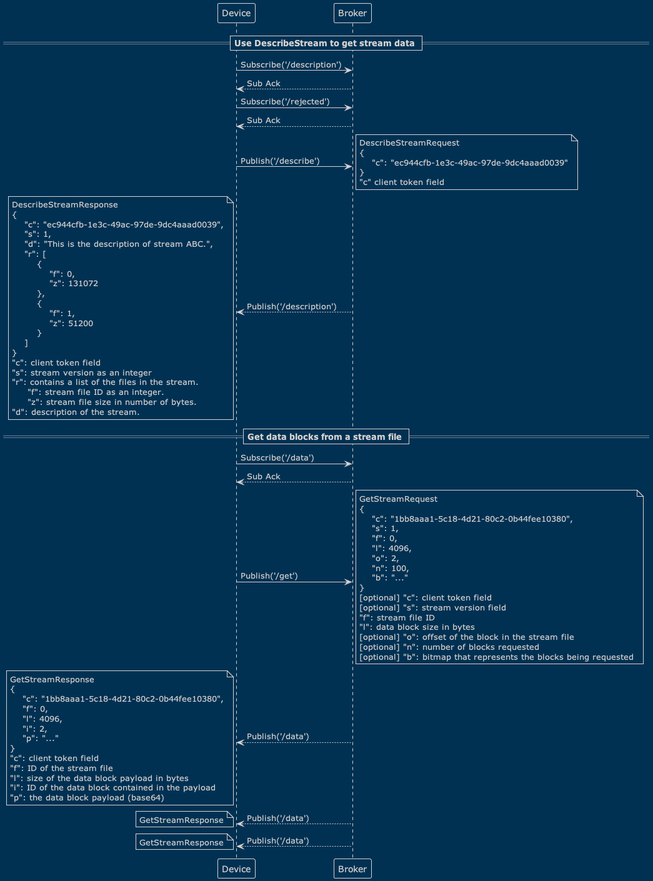
Above: active/0021-assets/aws-mqtt-file-delivery.png in emqx/eip (PlantUML), before the change.
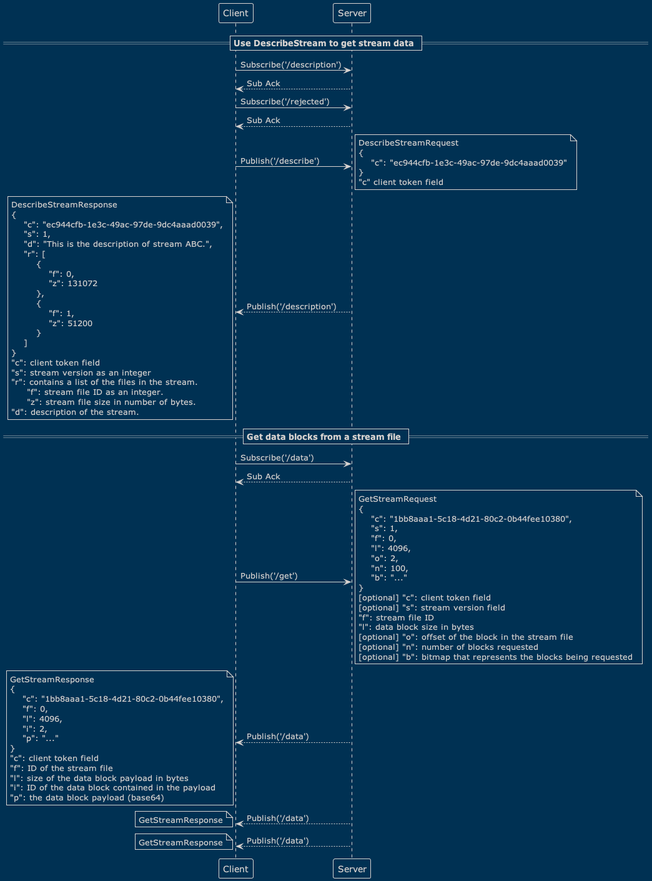
The same diagram one commit later.

Diff of the diagram source:
```diff
@@ -1,11 +1,11 @@
 @startuml
 !theme blueprint
 == Use DescribeStream to get stream data ==
-Device -> Broker: Subscribe('/description')
-Broker --> Device: Sub Ack
-Device -> Broker: Subscribe('/rejected')
-Broker --> Device: Sub Ack
-Device -> Broker: Publish('/describe')
+Client -> Server: Subscribe('/description')
+Server --> Client: Sub Ack
+Client -> Server: Subscribe('/rejected')
+Server --> Client: Sub Ack
+Client -> Server: Publish('/describe')
 note right
 DescribeStreamRequest
 {
@@ -13,7 +13,7 @@
 }
 "c" client token field
 end note
-Broker --> Device: Publish('/description')
+Server --> Client: Publish('/description')
 note left
 DescribeStreamResponse
 {
@@ -39,9 +39,9 @@
 "d": description of the stream.
 end note
 == Get data blocks from a stream file ==
-Device -> Broker: Subscribe('/data')
-Broker --> Device: Sub Ack
-Device -> Broker: Publish('/get')
+Client -> Server: Subscribe('/data')
+Server --> Client: Sub Ack
+Client -> Server: Publish('/get')
 note right
 GetStreamRequest
 {
@@ -61,7 +61,7 @@
 [optional] "n": number of blocks requested
 [optional] "b": bitmap that represents the blocks being requested
 end note
-Broker --> Device: Publish('/data')
+Server --> Client: Publish('/data')
 note left
 GetStreamResponse
 {
@@ -77,11 +77,11 @@
 "i": ID of the data block contained in the payload
 "p": the data block payload (base64)
 end note
-Broker --> Device: Publish('/data')
+Server --> Client: Publish('/data')
 note left
 GetStreamResponse
 end note
-Broker --> Device: Publish('/data')
+Server --> Client: Publish('/data')
 note left
 GetStreamResponse
 end note
```
